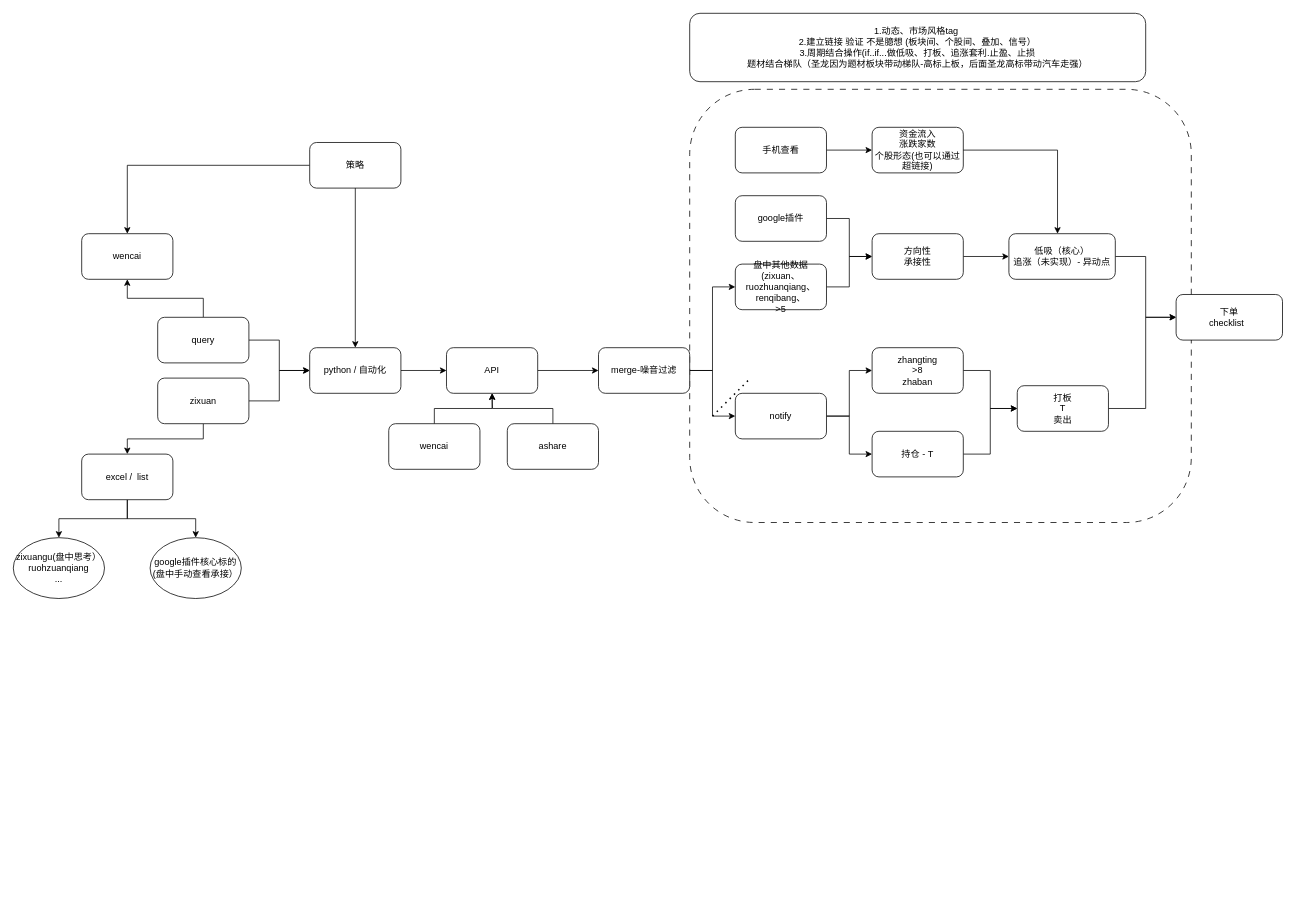
This is menus/python量化.drawio from Asamiyaa/microservice-k8s-yun, a draw.io file, before an edit. Source tidied: cells renumbered, new cells numbered last; positions are measured from the earlier drawing's top-left corner, leaving out a move shared by most shapes. Both pictures are drawn from the tidied source at 76%, with x=0, y=0 at pixel (13, 13).
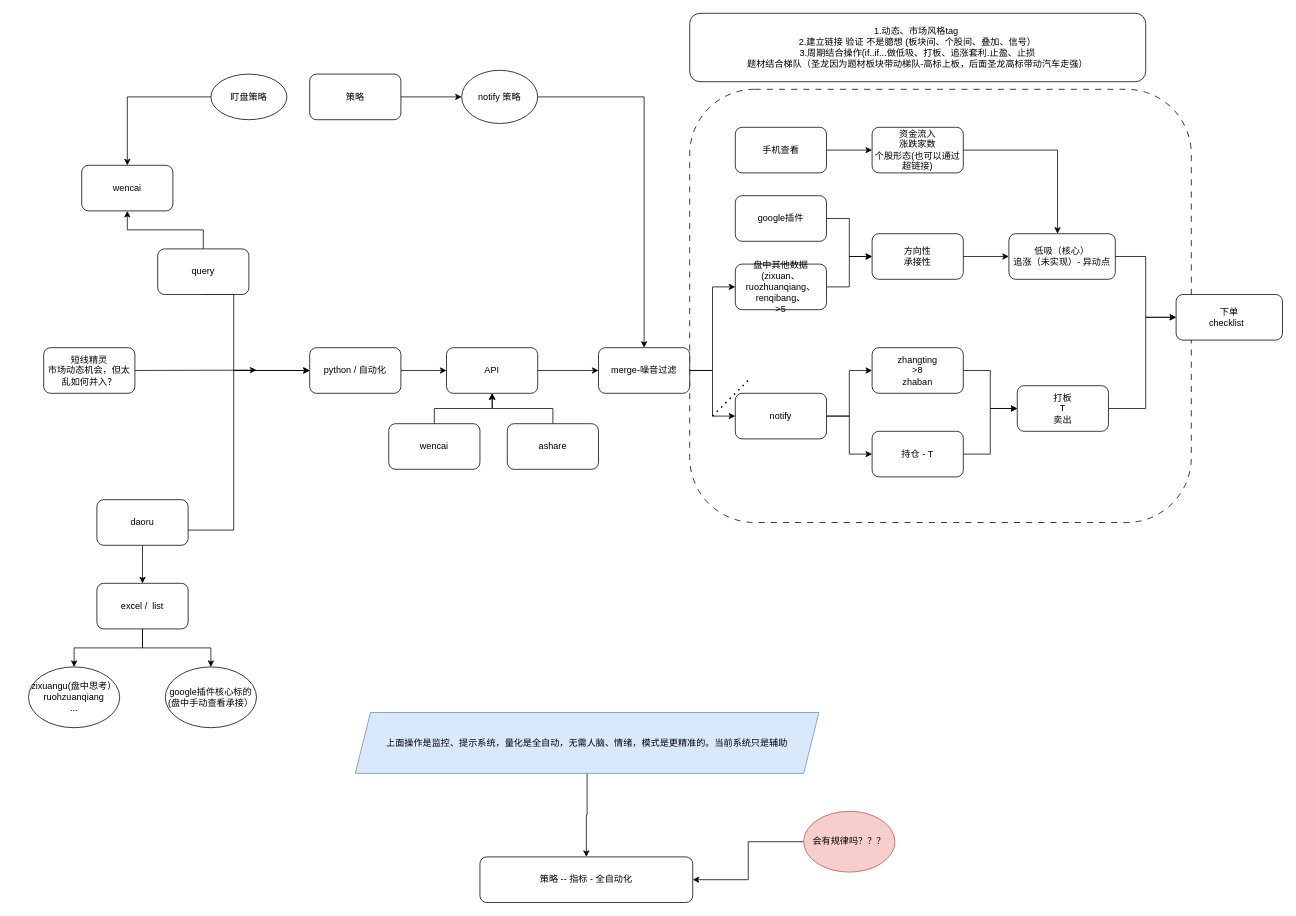
The same diagram, later.

The change refers to these unchanged cells:
```xml
<mxCell id="7" value="python / 自动化" style="rounded=1;whiteSpace=wrap;html=1;" parent="1" vertex="1">
  <mxGeometry x="390" y="440" width="120" height="60" as="geometry" />
</mxCell>
<mxCell id="26" value="merge-噪音过滤" style="rounded=1;whiteSpace=wrap;html=1;" parent="1" vertex="1">
  <mxGeometry x="770" y="440" width="120" height="60" as="geometry" />
</mxCell>
```

Change to the diagram source:
```diff
@@
+    <mxCell id="4" style="edgeStyle=orthogonalEdgeStyle;rounded=0;jettySize=auto;html=1;exitX=0.5;exitY=0;exitDx=0;exitDy=0;entryX=0.5;entryY=1;entryDx=0;entryDy=0;" parent="1" edge="1" source="5" target="11">
+      <mxGeometry relative="1" as="geometry" />
+    </mxCell>
-    <mxCell id="3" style="edgeStyle=orthogonalEdgeStyle;rounded=0;jettySize=auto;html=1;exitX=1;exitY=0.5;exitDx=0;exitDy=0;" parent="1" edge="1" source="5" target="7">
-      <mxGeometry relative="1" as="geometry" />
+    <mxCell id="3" style="edgeStyle=orthogonalEdgeStyle;rounded=0;jettySize=auto;html=1;exitX=0.5;exitY=1;exitDx=0;exitDy=0;entryX=0;entryY=0.5;entryDx=0;entryDy=0;" parent="1" edge="1" source="5" target="7">
+      <mxGeometry relative="1" as="geometry">
+        <Array as="points">
+          <mxPoint x="290" y="370" />
+          <mxPoint x="290" y="470" />
+        </Array>
+      </mxGeometry>
     </mxCell>
-    <mxCell id="4" style="edgeStyle=orthogonalEdgeStyle;rounded=0;jettySize=auto;html=1;exitX=0.5;exitY=0;exitDx=0;exitDy=0;entryX=0.5;entryY=1;entryDx=0;entryDy=0;" parent="1" edge="1" source="5" target="11">
-      <mxGeometry relative="1" as="geometry" />
-    </mxCell>
     <mxCell id="5" value="query" style="rounded=1;whiteSpace=wrap;html=1;" parent="1" vertex="1">
-      <mxGeometry x="190" y="400" width="120" height="60" as="geometry" />
+      <mxGeometry x="190" y="310" width="120" height="60" as="geometry" />
     </mxCell>
@@
     <mxCell id="8" style="edgeStyle=orthogonalEdgeStyle;rounded=0;jettySize=auto;html=1;exitX=1;exitY=0.5;exitDx=0;exitDy=0;entryX=0;entryY=0.5;entryDx=0;entryDy=0;" parent="1" edge="1" source="10" target="7">
-      <mxGeometry relative="1" as="geometry" />
+      <mxGeometry relative="1" as="geometry">
+        <Array as="points">
+          <mxPoint x="210" y="680" />
+          <mxPoint x="290" y="680" />
+          <mxPoint x="290" y="470" />
+        </Array>
+      </mxGeometry>
     </mxCell>
@@
-    <mxCell id="10" value="zixuan" style="rounded=1;whiteSpace=wrap;html=1;" parent="1" vertex="1">
-      <mxGeometry x="190" y="480" width="120" height="60" as="geometry" />
+    <mxCell id="10" value="daoru" style="rounded=1;whiteSpace=wrap;html=1;" parent="1" vertex="1">
+      <mxGeometry x="110" y="640" width="120" height="60" as="geometry" />
     </mxCell>
     <mxCell id="11" value="wencai" style="rounded=1;whiteSpace=wrap;html=1;" parent="1" vertex="1">
-      <mxGeometry x="90" y="290" width="120" height="60" as="geometry" />
+      <mxGeometry x="90" y="200" width="120" height="60" as="geometry" />
     </mxCell>
@@
     <mxCell id="14" value="excel /&amp;nbsp; list" style="rounded=1;whiteSpace=wrap;html=1;" parent="1" vertex="1">
-      <mxGeometry x="90" y="580" width="120" height="60" as="geometry" />
+      <mxGeometry x="110" y="750" width="120" height="60" as="geometry" />
     </mxCell>
-    <mxCell id="15" style="edgeStyle=orthogonalEdgeStyle;rounded=0;jettySize=auto;html=1;exitX=0;exitY=0.5;exitDx=0;exitDy=0;entryX=0.5;entryY=0;entryDx=0;entryDy=0;" parent="1" edge="1" source="17" target="11">
+    <mxCell id="15" style="edgeStyle=orthogonalEdgeStyle;rounded=0;jettySize=auto;html=1;exitX=0;exitY=0.5;exitDx=0;exitDy=0;entryX=0.5;entryY=0;entryDx=0;entryDy=0;" parent="1" edge="1" source="54" target="11">
       <mxGeometry relative="1" as="geometry" />
     </mxCell>
-    <mxCell id="16" style="edgeStyle=orthogonalEdgeStyle;rounded=0;jettySize=auto;html=1;exitX=0.5;exitY=1;exitDx=0;exitDy=0;" parent="1" edge="1" source="17" target="7">
-      <mxGeometry relative="1" as="geometry" />
-    </mxCell>
+    <mxCell id="53" style="edgeStyle=orthogonalEdgeStyle;rounded=0;jettySize=auto;html=1;exitX=1;exitY=0.5;exitDx=0;exitDy=0;" parent="1" edge="1" source="60" target="26">
+      <mxGeometry relative="1" as="geometry" />
+    </mxCell>
     <mxCell id="17" value="策略" style="rounded=1;whiteSpace=wrap;html=1;" parent="1" vertex="1">
-      <mxGeometry x="390" y="170" width="120" height="60" as="geometry" />
+      <mxGeometry x="390" y="80" width="120" height="60" as="geometry" />
     </mxCell>
@@
     <mxCell id="30" value="zixuangu(盘中思考）&lt;br&gt;ruohzuanqiang&lt;br&gt;..." style="ellipse;whiteSpace=wrap;html=1;" parent="1" vertex="1">
-      <mxGeometry y="690" width="120" height="80" as="geometry" />
+      <mxGeometry x="20" y="860" width="120" height="80" as="geometry" />
     </mxCell>
     <mxCell id="31" value="google插件核心标的&lt;br&gt;(盘中手动查看承接）" style="ellipse;whiteSpace=wrap;html=1;" parent="1" vertex="1">
-      <mxGeometry x="180" y="690" width="120" height="80" as="geometry" />
+      <mxGeometry x="200" y="860" width="120" height="80" as="geometry" />
     </mxCell>
@@
+    <mxCell id="54" value="盯盘策略" style="ellipse;whiteSpace=wrap;html=1;" parent="1" vertex="1">
+      <mxGeometry x="260" y="80" width="100" height="60" as="geometry" />
+    </mxCell>
+    <mxCell id="55" style="edgeStyle=orthogonalEdgeStyle;rounded=0;jettySize=auto;html=1;exitX=0.5;exitY=1;exitDx=0;exitDy=0;" parent="1" edge="1" source="56" target="61">
+      <mxGeometry relative="1" as="geometry" />
+    </mxCell>
+    <mxCell id="56" value="上面操作是监控、提示系统，量化是全自动，无需人脑、情绪，模式是更精准的。当前系统只是辅助" style="shape=parallelogram;perimeter=parallelogramPerimeter;whiteSpace=wrap;html=1;fixedSize=1;fillColor=#dae8fc;strokeColor=#6c8ebf;" parent="1" vertex="1">
+      <mxGeometry x="450" y="920" width="610" height="80" as="geometry" />
+    </mxCell>
+    <mxCell id="57" style="edgeStyle=orthogonalEdgeStyle;rounded=0;jettySize=auto;html=1;exitX=1;exitY=0.5;exitDx=0;exitDy=0;" parent="1" edge="1" source="58">
+      <mxGeometry relative="1" as="geometry">
+        <mxPoint x="320" y="469.5" as="targetPoint" />
+      </mxGeometry>
+    </mxCell>
+    <mxCell id="58" value="短线精灵&lt;br&gt;市场动态机会，但太乱如何并入？" style="rounded=1;whiteSpace=wrap;html=1;" parent="1" vertex="1">
+      <mxGeometry x="40" y="440" width="120" height="60" as="geometry" />
+    </mxCell>
+    <mxCell id="59" style="edgeStyle=orthogonalEdgeStyle;rounded=0;jettySize=auto;html=1;exitX=1;exitY=0.5;exitDx=0;exitDy=0;" parent="1" edge="1" source="17" target="60">
+      <mxGeometry relative="1" as="geometry" />
+    </mxCell>
+    <mxCell id="60" value="notify 策略" style="ellipse;whiteSpace=wrap;html=1;" parent="1" vertex="1">
+      <mxGeometry x="590" y="75" width="100" height="70" as="geometry" />
+    </mxCell>
+    <mxCell id="61" value="策略 -- 指标 - 全自动化" style="rounded=1;whiteSpace=wrap;html=1;" parent="1" vertex="1">
+      <mxGeometry x="614" y="1110" width="280" height="60" as="geometry" />
+    </mxCell>
+    <mxCell id="62" style="edgeStyle=orthogonalEdgeStyle;rounded=0;jettySize=auto;html=1;exitX=0;exitY=0.5;exitDx=0;exitDy=0;entryX=1;entryY=0.5;entryDx=0;entryDy=0;" parent="1" edge="1" source="63" target="61">
+      <mxGeometry relative="1" as="geometry" />
+    </mxCell>
+    <mxCell id="63" value="会有规律吗？？？" style="ellipse;whiteSpace=wrap;html=1;fillColor=#f8cecc;strokeColor=#b85450;" parent="1" vertex="1">
+      <mxGeometry x="1040" y="1050" width="120" height="80" as="geometry" />
+    </mxCell>
```
